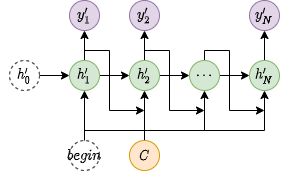
Before: imgs/nlp-seq2seq-12.png, a diagram exported from draw.io (hxca/imgrepo). Source tidied: cells renumbered, new cells last; positions are measured from the earlier drawing's top-left corner, leaving out a move shared by most shapes.
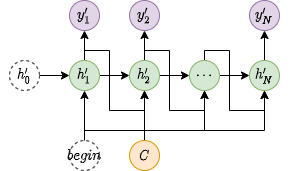
The same file after the commit.

The edit, as a diff of the source:
```diff
@@ -23,18 +23,18 @@
     <mxCell id="8" style="edgeStyle=orthogonalEdgeStyle;rounded=0;jettySize=auto;html=1;entryX=0.5;entryY=1;entryDx=0;entryDy=0;fontSize=16;" parent="1" edge="1" source="21" target="4">
       <mxGeometry relative="1" as="geometry" />
     </mxCell>
-    <mxCell id="9" style="edgeStyle=orthogonalEdgeStyle;rounded=0;jettySize=auto;html=1;entryX=0;entryY=0.5;entryDx=0;entryDy=0;fontSize=16;" parent="1" edge="1" source="19" target="21">
-      <mxGeometry relative="1" as="geometry" />
-    </mxCell>
-    <mxCell id="10" style="edgeStyle=orthogonalEdgeStyle;rounded=0;jettySize=auto;html=1;entryX=0;entryY=0.5;entryDx=0;entryDy=0;fontSize=16;" parent="1" edge="1" source="21" target="23">
-      <mxGeometry relative="1" as="geometry" />
-    </mxCell>
+    <mxCell id="27" style="edgeStyle=orthogonalEdgeStyle;rounded=0;jettySize=auto;html=1;entryX=0;entryY=0.5;entryDx=0;entryDy=0;fontSize=16;" parent="1" edge="1" source="19" target="21">
+      <mxGeometry relative="1" as="geometry" />
+    </mxCell>
+    <mxCell id="28" style="edgeStyle=orthogonalEdgeStyle;rounded=0;jettySize=auto;html=1;entryX=0;entryY=0.5;entryDx=0;entryDy=0;fontSize=16;" parent="1" edge="1" source="21" target="23">
+      <mxGeometry relative="1" as="geometry" />
+    </mxCell>
     <mxCell id="11" style="edgeStyle=orthogonalEdgeStyle;rounded=0;jettySize=auto;html=1;exitX=0.5;exitY=0;exitDx=0;exitDy=0;entryX=0.5;entryY=1;entryDx=0;entryDy=0;fontSize=16;" parent="1" edge="1" source="24" target="7">
       <mxGeometry relative="1" as="geometry" />
     </mxCell>
-    <mxCell id="12" style="edgeStyle=orthogonalEdgeStyle;rounded=0;jettySize=auto;html=1;entryX=0;entryY=0.5;entryDx=0;entryDy=0;fontSize=16;" parent="1" edge="1" source="23" target="24">
-      <mxGeometry relative="1" as="geometry" />
-    </mxCell>
+    <mxCell id="29" style="edgeStyle=orthogonalEdgeStyle;rounded=0;jettySize=auto;html=1;entryX=0;entryY=0.5;entryDx=0;entryDy=0;fontSize=16;" parent="1" edge="1" source="23" target="24">
+      <mxGeometry relative="1" as="geometry" />
+    </mxCell>
     <mxCell id="13" style="edgeStyle=orthogonalEdgeStyle;rounded=0;jettySize=auto;html=1;fontSize=16;" parent="1" edge="1" source="17" target="19">
       <mxGeometry relative="1" as="geometry">
         <Array as="points">
@@ -65,53 +65,53 @@
     <mxCell id="17" value="$$C$$" style="ellipse;whiteSpace=wrap;html=1;fillColor=#ffe6cc;strokeColor=#d79b00;" parent="1" vertex="1">
       <mxGeometry x="120" y="140" width="30" height="30" as="geometry" />
     </mxCell>
-    <mxCell id="18" style="edgeStyle=orthogonalEdgeStyle;rounded=0;jettySize=auto;html=1;fontSize=16;exitX=0.5;exitY=0;exitDx=0;exitDy=0;" parent="1" edge="1" source="19">
-      <mxGeometry relative="1" as="geometry">
-        <mxPoint x="135" y="110" as="targetPoint" />
-        <Array as="points">
-          <mxPoint x="75" y="50" />
-          <mxPoint x="100" y="50" />
-          <mxPoint x="100" y="110" />
-        </Array>
-      </mxGeometry>
-    </mxCell>
+    <mxCell id="30" style="edgeStyle=orthogonalEdgeStyle;rounded=0;jettySize=auto;html=1;fontSize=16;exitX=0.5;exitY=0;exitDx=0;exitDy=0;entryX=0.5;entryY=1;entryDx=0;entryDy=0;" parent="1" edge="1" source="19" target="21">
+      <mxGeometry relative="1" as="geometry">
+        <Array as="points">
+          <mxPoint x="75" y="50" />
+          <mxPoint x="100" y="50" />
+          <mxPoint x="100" y="110" />
+          <mxPoint x="135" y="110" />
+        </Array>
+      </mxGeometry>
+    </mxCell>
     <mxCell id="19" value="$$h'_1$$" style="ellipse;whiteSpace=wrap;html=1;fillColor=#d5e8d4;strokeColor=#82b366;" parent="1" vertex="1">
       <mxGeometry x="60" y="60" width="30" height="30" as="geometry" />
     </mxCell>
-    <mxCell id="20" style="edgeStyle=orthogonalEdgeStyle;rounded=0;jettySize=auto;html=1;fontSize=16;exitX=0.5;exitY=0;exitDx=0;exitDy=0;" parent="1" edge="1" source="21">
-      <mxGeometry relative="1" as="geometry">
-        <mxPoint x="195" y="110" as="targetPoint" />
-        <Array as="points">
-          <mxPoint x="135" y="50" />
-          <mxPoint x="160" y="50" />
-          <mxPoint x="160" y="110" />
-        </Array>
-      </mxGeometry>
-    </mxCell>
+    <mxCell id="31" style="edgeStyle=orthogonalEdgeStyle;rounded=0;jettySize=auto;html=1;fontSize=16;exitX=0.5;exitY=0;exitDx=0;exitDy=0;entryX=0.5;entryY=1;entryDx=0;entryDy=0;" parent="1" edge="1" source="21" target="23">
+      <mxGeometry relative="1" as="geometry">
+        <Array as="points">
+          <mxPoint x="135" y="50" />
+          <mxPoint x="160" y="50" />
+          <mxPoint x="160" y="110" />
+          <mxPoint x="195" y="110" />
+        </Array>
+      </mxGeometry>
+    </mxCell>
     <mxCell id="21" value="$$h'_2$$" style="ellipse;whiteSpace=wrap;html=1;fillColor=#d5e8d4;strokeColor=#82b366;" parent="1" vertex="1">
       <mxGeometry x="120" y="60" width="30" height="30" as="geometry" />
     </mxCell>
-    <mxCell id="22" style="edgeStyle=orthogonalEdgeStyle;rounded=0;jettySize=auto;html=1;fontSize=16;exitX=0.5;exitY=0;exitDx=0;exitDy=0;" parent="1" edge="1" source="23">
-      <mxGeometry relative="1" as="geometry">
-        <mxPoint x="255" y="110" as="targetPoint" />
-        <Array as="points">
-          <mxPoint x="195" y="50" />
-          <mxPoint x="220" y="50" />
-          <mxPoint x="220" y="110" />
-        </Array>
-      </mxGeometry>
-    </mxCell>
+    <mxCell id="32" style="edgeStyle=orthogonalEdgeStyle;rounded=0;jettySize=auto;html=1;fontSize=16;exitX=0.5;exitY=0;exitDx=0;exitDy=0;entryX=0.5;entryY=1;entryDx=0;entryDy=0;" parent="1" edge="1" source="23" target="24">
+      <mxGeometry relative="1" as="geometry">
+        <Array as="points">
+          <mxPoint x="195" y="50" />
+          <mxPoint x="220" y="50" />
+          <mxPoint x="220" y="110" />
+          <mxPoint x="255" y="110" />
+        </Array>
+      </mxGeometry>
+    </mxCell>
     <mxCell id="23" value="$$\cdots$$" style="ellipse;whiteSpace=wrap;html=1;fillColor=#d5e8d4;strokeColor=#82b366;" parent="1" vertex="1">
       <mxGeometry x="180" y="60" width="30" height="30" as="geometry" />
     </mxCell>
     <mxCell id="24" value="$$h'_N$$" style="ellipse;whiteSpace=wrap;html=1;fillColor=#d5e8d4;strokeColor=#82b366;" parent="1" vertex="1">
       <mxGeometry x="240" y="60" width="30" height="30" as="geometry" />
     </mxCell>
-    <mxCell id="25" style="edgeStyle=orthogonalEdgeStyle;rounded=0;jettySize=auto;html=1;endArrow=none;endFill=0;" parent="1" edge="1" source="26">
-      <mxGeometry relative="1" as="geometry">
-        <mxPoint x="75" y="130" as="targetPoint" />
-      </mxGeometry>
-    </mxCell>
+    <mxCell id="33" style="edgeStyle=orthogonalEdgeStyle;rounded=0;jettySize=auto;html=1;endArrow=none;endFill=0;" parent="1" edge="1" source="26">
+      <mxGeometry relative="1" as="geometry">
+        <mxPoint x="75" y="130" as="targetPoint" />
+      </mxGeometry>
+    </mxCell>
     <mxCell id="26" value="$$begin$$" style="ellipse;whiteSpace=wrap;html=1;dashed=1;" parent="1" vertex="1">
       <mxGeometry x="60" y="140" width="30" height="30" as="geometry" />
     </mxCell>
```
